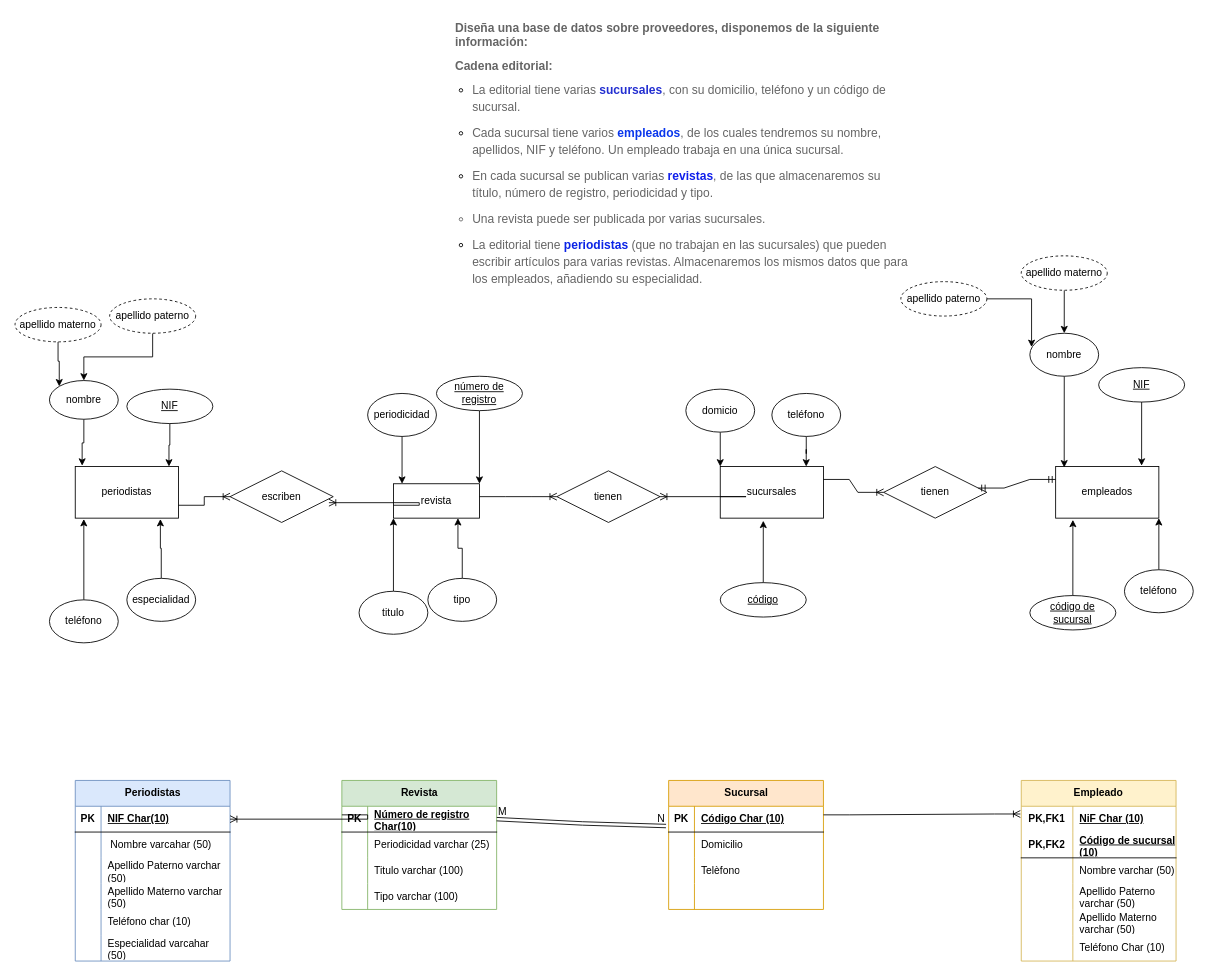
SandraGael/prueba keeps this draw.io diagram as Diagrama sin título.drawio. Above is the earlier version. Source tidied: cells renumbered, new cells numbered last; positions are measured from the earlier drawing's top-left corner, leaving out a move shared by most shapes. Both pictures are drawn from the tidied source at 86%, with x=0, y=0 at pixel (15, 15).
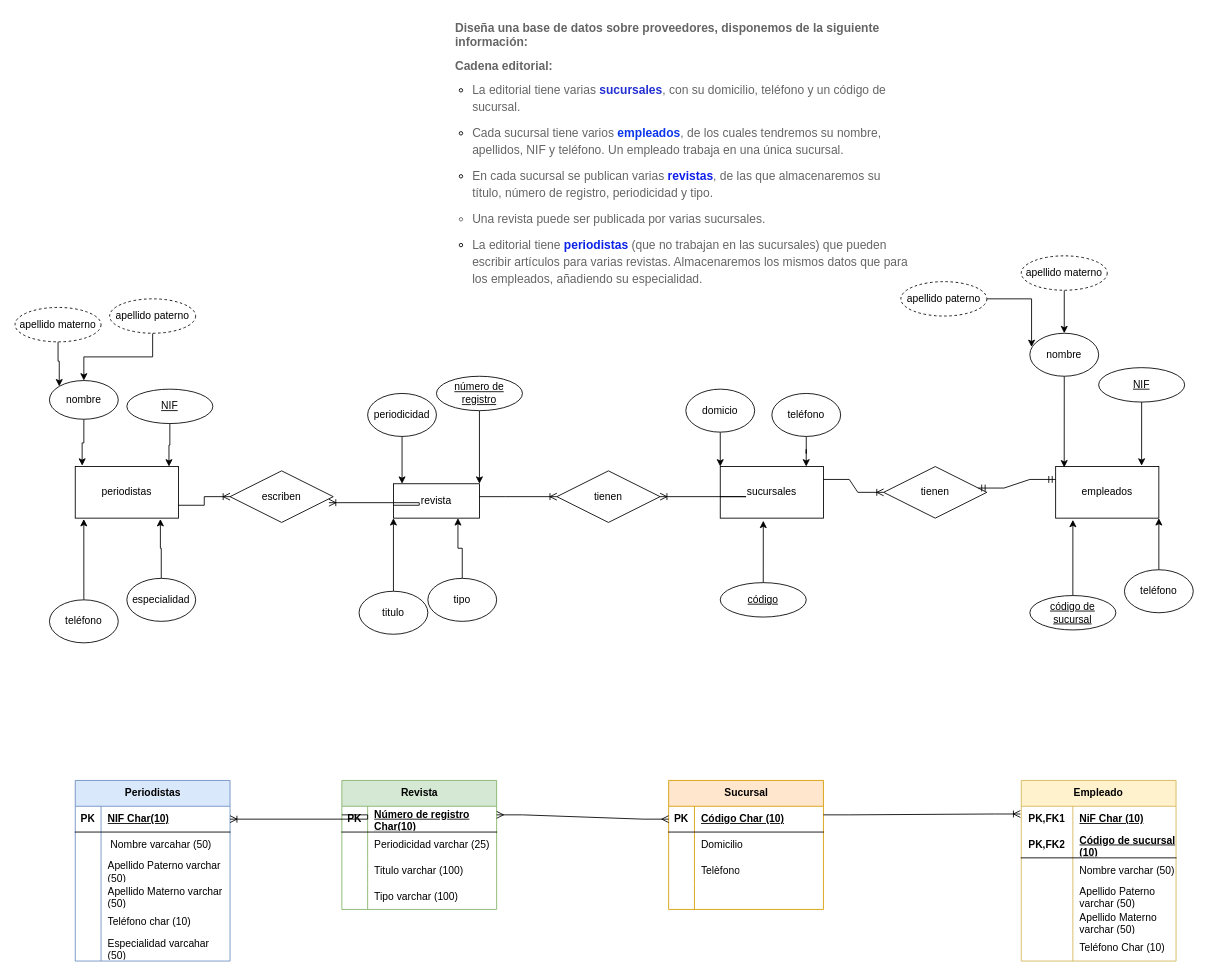
After the change.

Unchanged cells that the change refers to:
```xml
<mxCell id="74" style="shape=tableRow;horizontal=0;startSize=0;swimlaneHead=0;swimlaneBody=0;fillColor=none;points=[[0,0.5],[1,0.5]];portConstraint=eastwest;top=0;left=0;right=0;bottom=1;" parent="73" vertex="1">
  <mxGeometry y="30" width="180" height="30" as="geometry" />
</mxCell>
<mxCell id="87" style="shape=tableRow;horizontal=0;startSize=0;swimlaneHead=0;swimlaneBody=0;fillColor=none;points=[[0,0.5],[1,0.5]];portConstraint=eastwest;top=0;left=0;right=0;bottom=1;" parent="86" vertex="1">
  <mxGeometry y="30" width="180" height="30" as="geometry" />
</mxCell>
```

The edit, as a diff of the source:
```diff
@@
-    <mxCell id="120" style="shape=link;html=1;rounded=0;entryX=-0.017;entryY=0.767;entryDx=0;entryDy=0;entryPerimeter=0;exitX=1;exitY=0.5;exitDx=0;exitDy=0;" parent="1" edge="1" source="74" target="87">
-      <mxGeometry relative="1" as="geometry">
-        <Array as="points">
-          <mxPoint x="660" y="940" />
-        </Array>
-      </mxGeometry>
-    </mxCell>
-    <mxCell id="121" value="M" style="html=1;whiteSpace=wrap;align=left;verticalAlign=bottom;" parent="120" vertex="1">
-      <mxGeometry x="-1" relative="1" as="geometry" />
-    </mxCell>
-    <mxCell id="122" value="N" style="html=1;whiteSpace=wrap;align=right;verticalAlign=bottom;" parent="120" vertex="1">
-      <mxGeometry x="1" relative="1" as="geometry" />
-    </mxCell>
+    <mxCell id="123" style="edgeStyle=entityRelationEdgeStyle;fontSize=12;html=1;endArrow=ERmany;startArrow=ERmany;rounded=0;entryX=0;entryY=0.5;entryDx=0;entryDy=0;" parent="1" edge="1" target="87">
+      <mxGeometry relative="1" as="geometry">
+        <mxPoint x="560" y="930" as="sourcePoint" />
+      </mxGeometry>
+    </mxCell>
```
